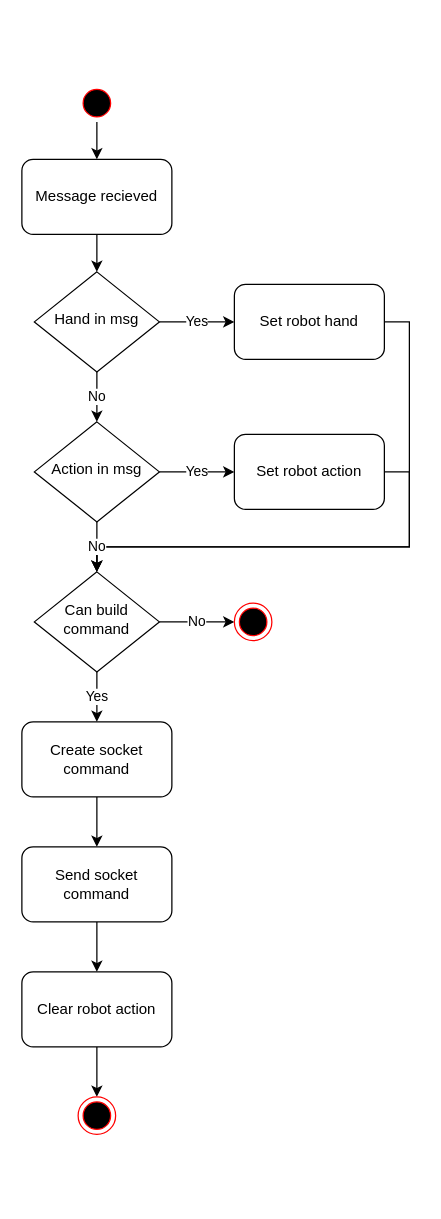
Before: robot_flow.drawio in GreatSharky/CoHSCI, a draw.io diagram. Source tidied: cells renumbered, new cells numbered last; positions are measured from the earlier drawing's top-left corner, leaving out a move shared by most shapes. Both pictures are drawn from the tidied source at 125%, with x=0, y=0 at pixel (21, 84).
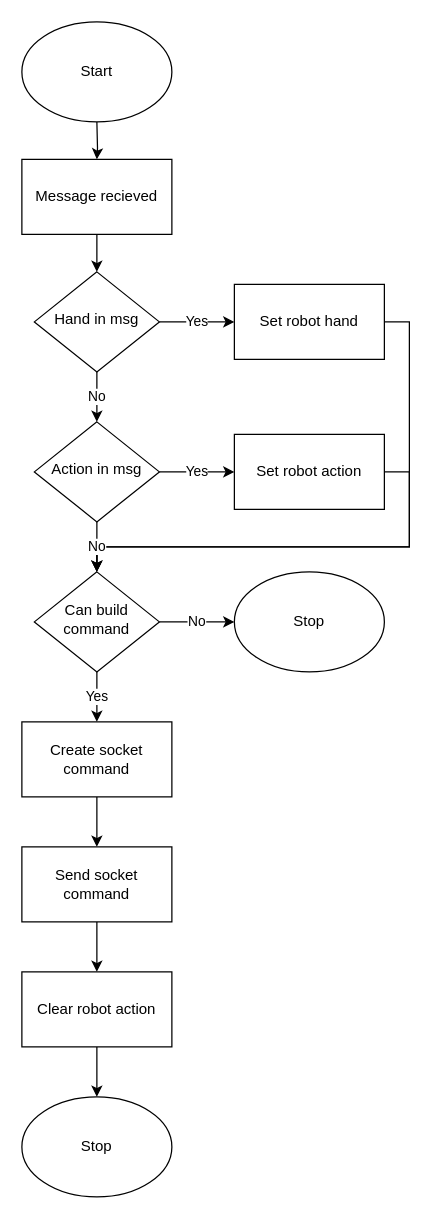
The same page after the edit.

The change refers to these unchanged cells:
```xml
<mxCell id="15" value="Can build command" style="rhombus;whiteSpace=wrap;html=1;shadow=0;fontFamily=Helvetica;fontSize=12;align=center;strokeWidth=1;spacing=6;spacingTop=-4;" parent="1" vertex="1">
  <mxGeometry x="10" y="390" width="100" height="80" as="geometry" />
</mxCell>
```

What changed in the source:
```diff
@@
-    <mxCell id="3" value="Message recieved" style="rounded=1;whiteSpace=wrap;html=1;" parent="1" vertex="1">
+    <mxCell id="3" value="Message recieved" style="rounded=1;whiteSpace=wrap;html=1;arcSize=0;" parent="1" vertex="1">
       <mxGeometry y="60" width="120" height="60" as="geometry" />
     </mxCell>
@@
-    <mxCell id="10" value="Set robot hand" style="rounded=1;whiteSpace=wrap;html=1;" parent="1" vertex="1">
+    <mxCell id="10" value="Set robot hand" style="rounded=1;whiteSpace=wrap;html=1;arcSize=0;" parent="1" vertex="1">
       <mxGeometry x="170" y="160" width="120" height="60" as="geometry" />
     </mxCell>
@@
-    <mxCell id="12" value="Set robot action" style="rounded=1;whiteSpace=wrap;html=1;" parent="1" vertex="1">
+    <mxCell id="12" value="Set robot action" style="rounded=1;whiteSpace=wrap;html=1;arcSize=0;" parent="1" vertex="1">
       <mxGeometry x="170" y="280" width="120" height="60" as="geometry" />
     </mxCell>
-    <mxCell id="13" value="No" style="edgeStyle=orthogonalEdgeStyle;rounded=0;jettySize=auto;html=1;" parent="1" edge="1" source="15" target="17">
-      <mxGeometry relative="1" as="geometry" />
+    <mxCell id="13" value="No" style="edgeStyle=orthogonalEdgeStyle;rounded=0;jettySize=auto;html=1;" parent="1" edge="1" source="15">
+      <mxGeometry relative="1" as="geometry">
+        <mxPoint x="170" y="430" as="targetPoint" />
+      </mxGeometry>
     </mxCell>
@@
-    <mxCell id="17" value="No" style="ellipse;html=1;shape=endState;fillColor=#000000;strokeColor=#ff0000;" parent="1" vertex="1">
-      <mxGeometry x="170" y="415" width="30" height="30" as="geometry" />
-    </mxCell>
-    <mxCell id="18" style="edgeStyle=orthogonalEdgeStyle;rounded=0;jettySize=auto;html=1;" parent="1" edge="1" source="19" target="3">
-      <mxGeometry relative="1" as="geometry" />
+    <mxCell id="18" style="edgeStyle=orthogonalEdgeStyle;rounded=0;jettySize=auto;html=1;" parent="1" edge="1" target="3">
+      <mxGeometry relative="1" as="geometry">
+        <mxPoint x="60" y="30" as="sourcePoint" />
+      </mxGeometry>
     </mxCell>
-    <mxCell id="19" style="ellipse;html=1;shape=startState;fillColor=#000000;strokeColor=#ff0000;" parent="1" vertex="1">
-      <mxGeometry x="45" width="30" height="30" as="geometry" />
-    </mxCell>
@@
-    <mxCell id="21" value="Create socket command" style="rounded=1;whiteSpace=wrap;html=1;" parent="1" vertex="1">
+    <mxCell id="21" value="Create socket command" style="rounded=1;whiteSpace=wrap;html=1;arcSize=0;" parent="1" vertex="1">
       <mxGeometry y="510" width="120" height="60" as="geometry" />
     </mxCell>
@@
-    <mxCell id="23" value="Send socket command" style="rounded=1;whiteSpace=wrap;html=1;" parent="1" vertex="1">
+    <mxCell id="23" value="Send socket command" style="rounded=1;whiteSpace=wrap;html=1;arcSize=0;" parent="1" vertex="1">
       <mxGeometry y="610" width="120" height="60" as="geometry" />
     </mxCell>
-    <mxCell id="24" style="edgeStyle=orthogonalEdgeStyle;rounded=0;jettySize=auto;html=1;" parent="1" edge="1" source="25" target="26">
-      <mxGeometry relative="1" as="geometry" />
+    <mxCell id="24" style="edgeStyle=orthogonalEdgeStyle;rounded=0;jettySize=auto;html=1;" parent="1" edge="1" source="25">
+      <mxGeometry relative="1" as="geometry">
+        <mxPoint x="60" y="810" as="targetPoint" />
+      </mxGeometry>
     </mxCell>
-    <mxCell id="25" value="Clear robot action" style="rounded=1;whiteSpace=wrap;html=1;" parent="1" vertex="1">
+    <mxCell id="25" value="Clear robot action" style="rounded=1;whiteSpace=wrap;html=1;arcSize=0;" parent="1" vertex="1">
       <mxGeometry y="710" width="120" height="60" as="geometry" />
     </mxCell>
-    <mxCell id="26" value="No" style="ellipse;html=1;shape=endState;fillColor=#000000;strokeColor=#ff0000;" parent="1" vertex="1">
-      <mxGeometry x="45" y="810" width="30" height="30" as="geometry" />
-    </mxCell>
+    <mxCell id="27" value="Start" style="ellipse;whiteSpace=wrap;html=1;" parent="1" vertex="1">
+      <mxGeometry y="-50" width="120" height="80" as="geometry" />
+    </mxCell>
+    <mxCell id="28" value="Stop" style="ellipse;whiteSpace=wrap;html=1;" parent="1" vertex="1">
+      <mxGeometry x="170" y="390" width="120" height="80" as="geometry" />
+    </mxCell>
+    <mxCell id="29" value="Stop" style="ellipse;whiteSpace=wrap;html=1;" parent="1" vertex="1">
+      <mxGeometry y="810" width="120" height="80" as="geometry" />
+    </mxCell>
```
